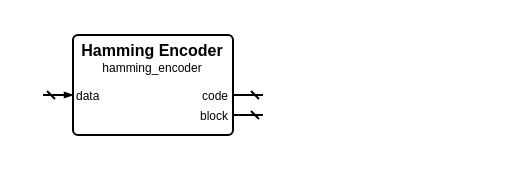
Before: sources/error_control/hamming/hamming_encoder.symbol.drawio in Louis-DR/OmniCores-BuildingBlocks, a draw.io diagram. Source tidied: cells renumbered, new cells numbered last; positions are measured from the earlier drawing's top-left corner, leaving out a move shared by most shapes. Both pictures are drawn from the tidied source at 200%, with x=0, y=0 at pixel (42, 34).
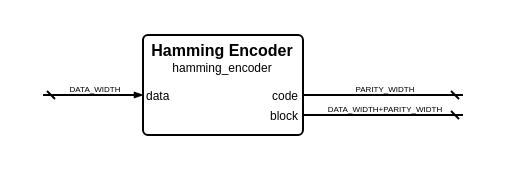
The same page after the edit.

Diff of the diagram source:
```diff
@@
 <mxGraphModel>
   <root>
     <mxCell id="0" />
     <mxCell id="1" parent="0" />
     <mxCell id="2" style="group;" parent="1" vertex="1">
-      <mxGeometry width="110" height="50" as="geometry" />
+      <mxGeometry width="210" height="50" as="geometry" />
     </mxCell>
     <mxCell id="3" style="rounded=1;arcSize=5;fillColor=none;strokeWidth=1;strokeColor=black;whiteSpace=wrap;html=1;" parent="2" vertex="1">
-      <mxGeometry x="15" width="80" height="50" as="geometry" />
+      <mxGeometry x="50" width="80" height="50" as="geometry" />
     </mxCell>
     <mxCell id="4" value="Hamming Encoder" style="text;html=1;align=center;verticalAlign=middle;whiteSpace=wrap;rounded=0;fontSize=8;fontStyle=1;fontColor=black;" parent="2" vertex="1">
-      <mxGeometry x="15" y="7" width="80" as="geometry" />
+      <mxGeometry x="50" y="7" width="80" as="geometry" />
     </mxCell>
     <mxCell id="5" value="hamming_encoder" style="text;html=1;align=center;verticalAlign=middle;whiteSpace=wrap;rounded=0;fontSize=6;fontStyle=0;fontColor=black;" parent="2" vertex="1">
-      <mxGeometry x="15" y="16" width="80" as="geometry" />
+      <mxGeometry x="50" y="16" width="80" as="geometry" />
     </mxCell>
     <mxCell id="6" value="data" style="text;html=1;align=left;verticalAlign=middle;whiteSpace=wrap;rounded=0;fontSize=6;fontStyle=0;fontColor=black;" parent="2" vertex="1">
-      <mxGeometry x="15" y="30" width="80" as="geometry" />
+      <mxGeometry x="50" y="30" width="80" as="geometry" />
     </mxCell>
     <mxCell id="7" style="html=1;rounded=1;strokeWidth=1;strokeColor=black;startFill=0;startSize=2;startArrow=dash;endFill=1;endSize=2;endArrow=blockThin;sourcePerimeterSpacing=0;" parent="2" edge="1">
       <mxGeometry relative="1" as="geometry">
         <mxPoint y="30" as="sourcePoint" />
-        <mxPoint x="15" y="30" as="targetPoint" />
+        <mxPoint x="50" y="30" as="targetPoint" />
       </mxGeometry>
     </mxCell>
+    <mxCell id="12" value="DATA_WIDTH" style="text;html=1;align=center;verticalAlign=middle;whiteSpace=nowrap;rounded=0;fontSize=4;fontStyle=0;fontColor=black;" parent="2" vertex="1">
+      <mxGeometry x="25" y="27" as="geometry" />
+    </mxCell>
     <mxCell id="8" value="code" style="text;html=1;align=right;verticalAlign=middle;whiteSpace=wrap;rounded=0;fontSize=6;fontStyle=0;fontColor=black;" parent="2" vertex="1">
-      <mxGeometry x="15" y="30" width="80" as="geometry" />
+      <mxGeometry x="50" y="30" width="80" as="geometry" />
     </mxCell>
     <mxCell id="9" style="html=1;rounded=1;strokeWidth=1;strokeColor=black;startFill=0;startSize=2;startArrow=dash;endFill=1;endSize=2;endArrow=none;sourcePerimeterSpacing=0;" parent="2" edge="1">
       <mxGeometry relative="1" as="geometry">
-        <mxPoint x="110" y="30" as="sourcePoint" />
-        <mxPoint x="95" y="30" as="targetPoint" />
+        <mxPoint x="210" y="30" as="sourcePoint" />
+        <mxPoint x="130" y="30" as="targetPoint" />
       </mxGeometry>
     </mxCell>
+    <mxCell id="13" value="PARITY_WIDTH" style="text;html=1;align=center;verticalAlign=middle;whiteSpace=nowrap;rounded=0;fontSize=4;fontStyle=0;fontColor=black;" parent="2" vertex="1">
+      <mxGeometry x="170" y="27" as="geometry" />
+    </mxCell>
     <mxCell id="10" value="block" style="text;html=1;align=right;verticalAlign=middle;whiteSpace=wrap;rounded=0;fontSize=6;fontStyle=0;fontColor=black;" parent="2" vertex="1">
-      <mxGeometry x="15" y="40" width="80" as="geometry" />
+      <mxGeometry x="50" y="40" width="80" as="geometry" />
     </mxCell>
     <mxCell id="11" style="html=1;rounded=1;strokeWidth=1;strokeColor=black;startFill=0;startSize=2;startArrow=dash;endFill=1;endSize=2;endArrow=none;sourcePerimeterSpacing=0;" parent="2" edge="1">
       <mxGeometry relative="1" as="geometry">
-        <mxPoint x="110" y="40" as="sourcePoint" />
-        <mxPoint x="95" y="40" as="targetPoint" />
+        <mxPoint x="210" y="40" as="sourcePoint" />
+        <mxPoint x="130" y="40" as="targetPoint" />
       </mxGeometry>
     </mxCell>
+    <mxCell id="14" value="DATA_WIDTH+PARITY_WIDTH" style="text;html=1;align=center;verticalAlign=middle;whiteSpace=nowrap;rounded=0;fontSize=4;fontStyle=0;fontColor=black;" parent="2" vertex="1">
+      <mxGeometry x="170" y="37" as="geometry" />
+    </mxCell>
   </root>
 </mxGraphModel>
```
